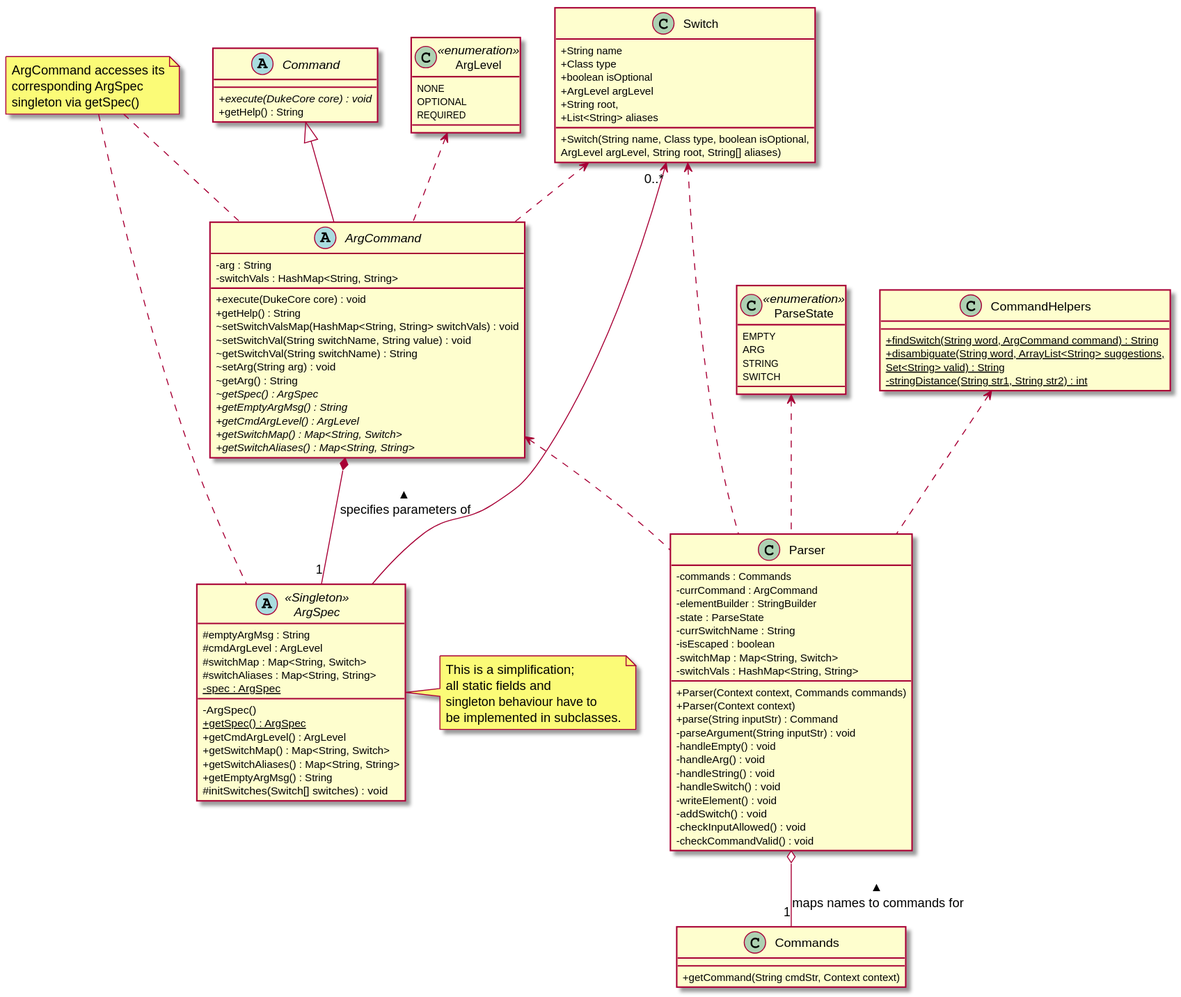
The PlantUML diagram docs/images/plantuml/logic.svg in nusCS2113-AY1920S1/PersonalAssistant-Duke, before a commit. The source it was exported from:
```plantuml
@startuml
skinparam classAttributeIconSize 0

abstract class Command {
  {abstract} +execute(DukeCore core) : void
  +getHelp() : String
}

abstract class ArgCommand {
  -arg : String
  -switchVals : HashMap<String, String>
  +execute(DukeCore core) : void
  +getHelp() : String
  ~setSwitchValsMap(HashMap<String, String> switchVals) : void
  ~setSwitchVal(String switchName, String value) : void
  ~getSwitchVal(String switchName) : String
  ~setArg(String arg) : void
  ~getArg() : String
  {abstract} ~getSpec() : ArgSpec
  {abstract} +getEmptyArgMsg() : String
  {abstract} +getCmdArgLevel() : ArgLevel
  {abstract} +getSwitchMap() : Map<String, Switch>
  {abstract} +getSwitchAliases() : Map<String, String>
}

note "ArgCommand accesses its\ncorresponding ArgSpec\nsingleton via getSpec()" as specCommandNote
specCommandNote .. ArgCommand
specCommandNote .. ArgSpec

class ArgLevel <<enumeration>> {
  NONE
  OPTIONAL
  REQUIRED
}

class Switch {
  +String name
  +Class type
  +boolean isOptional
  +ArgLevel argLevel
  +String root,
  +List<String> aliases
  +Switch(String name, Class type, boolean isOptional,\nArgLevel argLevel, String root, String[] aliases)
}

abstract class ArgSpec <<Singleton>> {
    #emptyArgMsg : String
    #cmdArgLevel : ArgLevel
    #switchMap : Map<String, Switch>
    #switchAliases : Map<String, String>
    -spec : ArgSpec {static}
    -ArgSpec()
    +getSpec() : ArgSpec {static}
    +getCmdArgLevel() : ArgLevel
    +getSwitchMap() : Map<String, Switch>
    +getSwitchAliases() : Map<String, String>
    +getEmptyArgMsg() : String
    #initSwitches(Switch[] switches) : void
}

note right of ArgSpec : This is a simplification;\nall static fields and\nsingleton behaviour have to\nbe implemented in subclasses.

Command <|-- ArgCommand
ArgLevel <.. ArgCommand
Switch <.. ArgCommand
Switch "0..*" <-- ArgSpec
ArgCommand *-- "1" ArgSpec : < specifies parameters of

class Parser {
    -commands : Commands
    -currCommand : ArgCommand
    -elementBuilder : StringBuilder
    -state : ParseState
    -currSwitchName : String
    -isEscaped : boolean
    -switchMap : Map<String, Switch>
    -switchVals : HashMap<String, String>
    +Parser(Context context, Commands commands)
    +Parser(Context context)
    +parse(String inputStr) : Command
    -parseArgument(String inputStr) : void
    -handleEmpty() : void
    -handleArg() : void
    -handleString() : void
    -handleSwitch() : void
    -writeElement() : void
    -addSwitch() : void
    -checkInputAllowed() : void
    -checkCommandValid() : void
}

class ParseState <<enumeration>> {
    EMPTY
    ARG
    STRING
    SWITCH
}

class Commands {
    +getCommand(String cmdStr, Context context)
}

class CommandHelpers {
    {static} +findSwitch(String word, ArgCommand command) : String
    {static} +disambiguate(String word, ArrayList<String> suggestions,\nSet<String> valid) : String
    {static} -stringDistance(String str1, String str2) : int
}

Parser o-- "1" Commands : < maps names to commands for
ParseState <.. Parser
Switch <.. Parser
ArgCommand <.. Parser
CommandHelpers <.. Parser

@enduml
```
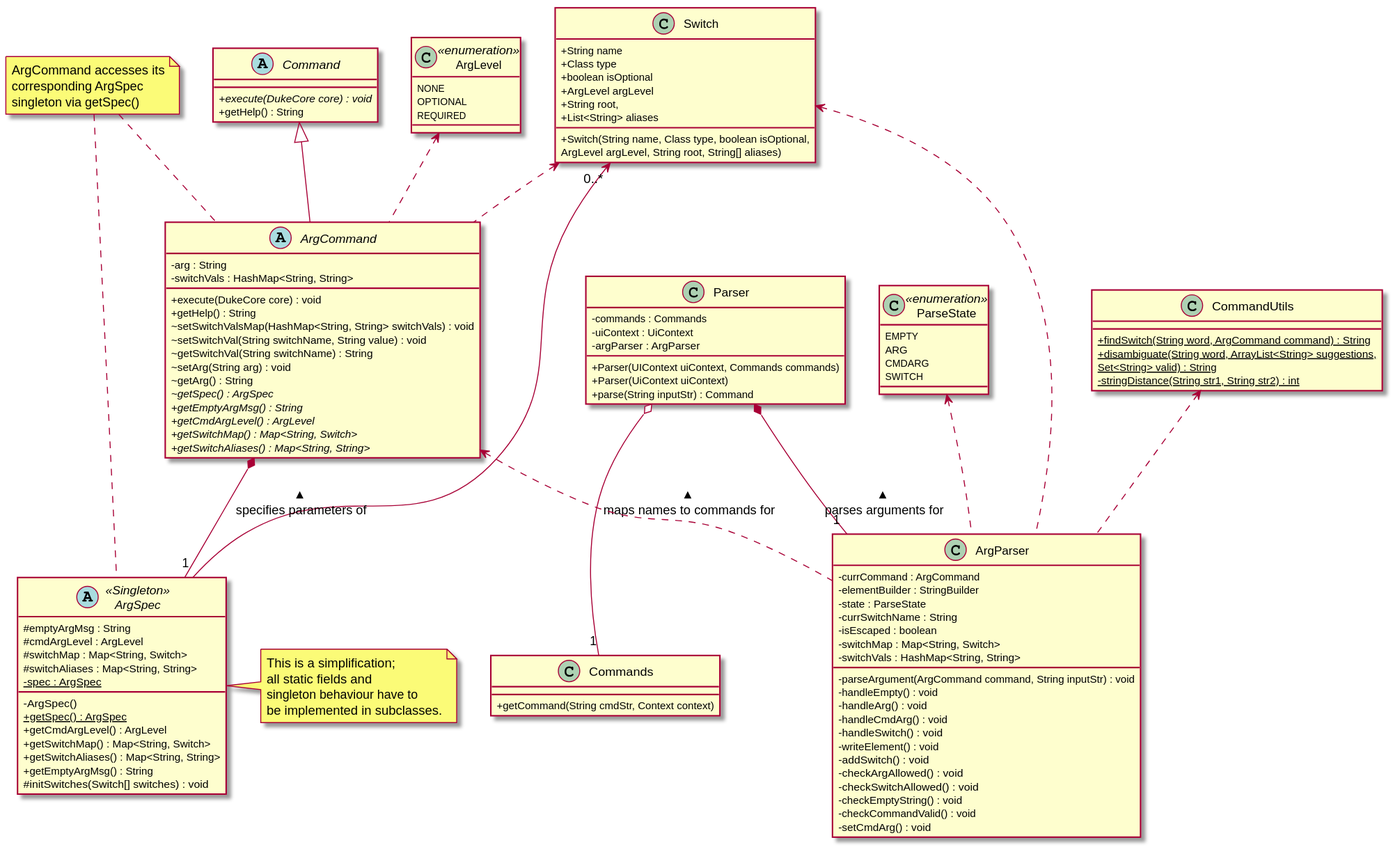
The same file after the commit.

Diff of the diagram source:
```diff
@@ -68,6 +68,14 @@
 
 class Parser {
     -commands : Commands
+    -uiContext : UiContext
+    -argParser : ArgParser
+    +Parser(UIContext uiContext, Commands commands)
+    +Parser(UiContext uiContext)
+    +parse(String inputStr) : Command
+}
+
+class ArgParser {
     -currCommand : ArgCommand
     -elementBuilder : StringBuilder
     -state : ParseState
@@ -75,24 +83,24 @@
     -isEscaped : boolean
     -switchMap : Map<String, Switch>
     -switchVals : HashMap<String, String>
-    +Parser(Context context, Commands commands)
-    +Parser(Context context)
-    +parse(String inputStr) : Command
-    -parseArgument(String inputStr) : void
+    -parseArgument(ArgCommand command, String inputStr) : void
     -handleEmpty() : void
     -handleArg() : void
-    -handleString() : void
+    -handleCmdArg() : void
     -handleSwitch() : void
     -writeElement() : void
     -addSwitch() : void
-    -checkInputAllowed() : void
+    -checkArgAllowed() : void
+    -checkSwitchAllowed() : void
+    -checkEmptyString() : void
     -checkCommandValid() : void
+    -setCmdArg() : void
 }
 
 class ParseState <<enumeration>> {
     EMPTY
     ARG
-    STRING
+    CMDARG
     SWITCH
 }
 
@@ -100,16 +108,17 @@
     +getCommand(String cmdStr, Context context)
 }
 
-class CommandHelpers {
+class CommandUtils {
     {static} +findSwitch(String word, ArgCommand command) : String
     {static} +disambiguate(String word, ArrayList<String> suggestions,\nSet<String> valid) : String
     {static} -stringDistance(String str1, String str2) : int
 }
 
 Parser o-- "1" Commands : < maps names to commands for
-ParseState <.. Parser
-Switch <.. Parser
-ArgCommand <.. Parser
-CommandHelpers <.. Parser
+Parser *-- "1" ArgParser : < parses arguments for
+ParseState <.. ArgParser
+Switch <.. ArgParser
+ArgCommand <.. ArgParser
+CommandUtils <.. ArgParser
 
 @enduml
```
